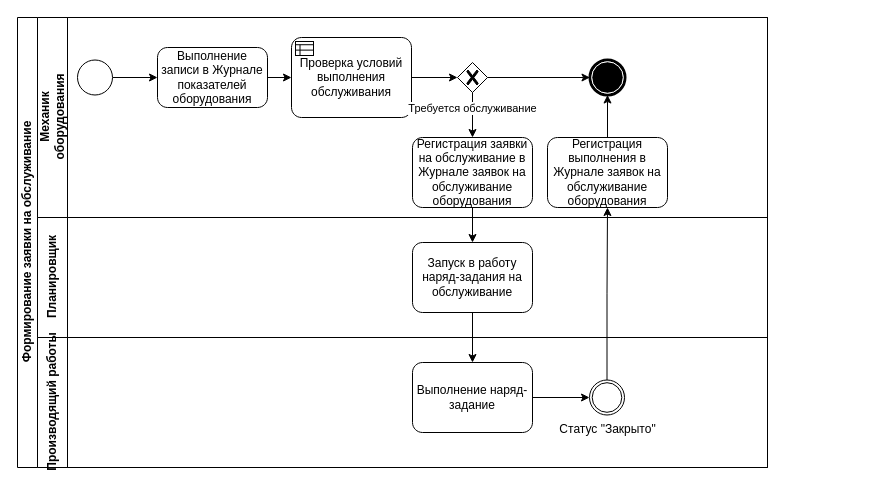
Above: maint/БП.Формирование заявки на обслуживание.drawio in tvolodi-ab/ASCOA (draw.io), before the change. Source tidied: cells renumbered, new cells numbered last; positions are measured from the earlier drawing's top-left corner, leaving out a move shared by most shapes. Both pictures are drawn from the tidied source at 100%, with x=0, y=0 at pixel (17, 17).
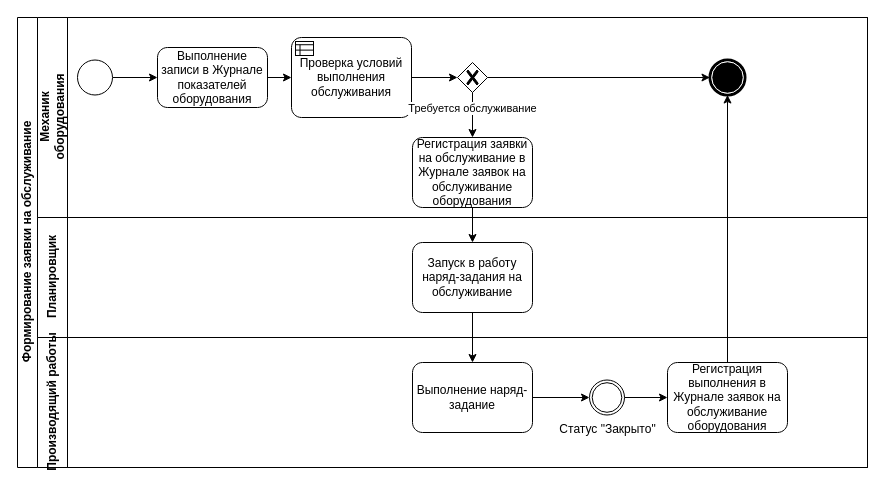
The same page after the edit.

The change refers to these unchanged cells:
```xml
<mxCell id="24" value="Статус &quot;Закрыто&quot;" style="points=[[0.145,0.145,0],[0.5,0,0],[0.855,0.145,0],[1,0.5,0],[0.855,0.855,0],[0.5,1,0],[0.145,0.855,0],[0,0.5,0]];shape=mxgraph.bpmn.event;html=1;verticalLabelPosition=bottom;labelBackgroundColor=#ffffff;verticalAlign=top;align=center;perimeter=ellipsePerimeter;outlineConnect=0;outline=throwing;symbol=general;" parent="21" vertex="1">
  <mxGeometry x="552" y="42.5" width="35" height="35" as="geometry" />
</mxCell>
```

The edit, as a diff of the source:
```diff
@@
     <mxCell id="2" value="Формирование заявки на обслуживание" style="swimlane;html=1;horizontal=0;startSize=20;" parent="1" vertex="1">
-      <mxGeometry width="750" height="450" as="geometry" />
+      <mxGeometry width="850" height="450" as="geometry" />
     </mxCell>
     <mxCell id="3" value="Механик&lt;br&gt;оборудования" style="swimlane;html=1;startSize=30;horizontal=0;" parent="2" vertex="1">
-      <mxGeometry x="20" width="730" height="200" as="geometry" />
+      <mxGeometry x="20" width="830" height="200" as="geometry" />
     </mxCell>
@@
     <mxCell id="12" style="points=[[0.145,0.145,0],[0.5,0,0],[0.855,0.145,0],[1,0.5,0],[0.855,0.855,0],[0.5,1,0],[0.145,0.855,0],[0,0.5,0]];shape=mxgraph.bpmn.event;html=1;verticalLabelPosition=bottom;labelBackgroundColor=#ffffff;verticalAlign=top;align=center;perimeter=ellipsePerimeter;outlineConnect=0;outline=end;symbol=terminate;" parent="3" vertex="1">
-      <mxGeometry x="552.5" y="42.5" width="35" height="35" as="geometry" />
+      <mxGeometry x="672.5" y="42.5" width="35" height="35" as="geometry" />
     </mxCell>
@@
-    <mxCell id="16" style="edgeStyle=orthogonalEdgeStyle;rounded=0;jettySize=auto;html=1;exitX=0.5;exitY=0;exitDx=0;exitDy=0;exitPerimeter=0;entryX=0.5;entryY=1;entryDx=0;entryDy=0;entryPerimeter=0;" parent="3" edge="1" source="17" target="12">
-      <mxGeometry relative="1" as="geometry" />
-    </mxCell>
-    <mxCell id="17" value="Регистрация выполнения в Журнале заявок на обслуживание оборудования" style="points=[[0.25,0,0],[0.5,0,0],[0.75,0,0],[1,0.25,0],[1,0.5,0],[1,0.75,0],[0.75,1,0],[0.5,1,0],[0.25,1,0],[0,0.75,0],[0,0.5,0],[0,0.25,0]];shape=mxgraph.bpmn.task;whiteSpace=wrap;rectStyle=rounded;size=10;taskMarker=abstract;" parent="3" vertex="1">
-      <mxGeometry x="510" y="120" width="120" height="70" as="geometry" />
-    </mxCell>
     <mxCell id="18" value="Планировщик" style="swimlane;html=1;startSize=30;horizontal=0;" parent="2" vertex="1">
-      <mxGeometry x="20" y="200" width="730" height="120" as="geometry" />
+      <mxGeometry x="20" y="200" width="830" height="120" as="geometry" />
     </mxCell>
@@
     <mxCell id="21" value="Производящий работы" style="swimlane;html=1;startSize=30;horizontal=0;" parent="2" vertex="1">
-      <mxGeometry x="20" y="320" width="730" height="130" as="geometry" />
+      <mxGeometry x="20" y="320" width="830" height="130" as="geometry" />
     </mxCell>
@@
+    <mxCell id="17" value="Регистрация выполнения в Журнале заявок на обслуживание оборудования" style="points=[[0.25,0,0],[0.5,0,0],[0.75,0,0],[1,0.25,0],[1,0.5,0],[1,0.75,0],[0.75,1,0],[0.5,1,0],[0.25,1,0],[0,0.75,0],[0,0.5,0],[0,0.25,0]];shape=mxgraph.bpmn.task;whiteSpace=wrap;rectStyle=rounded;size=10;taskMarker=abstract;" parent="21" vertex="1">
+      <mxGeometry x="630" y="25" width="120" height="70" as="geometry" />
+    </mxCell>
+    <mxCell id="26" style="edgeStyle=orthogonalEdgeStyle;rounded=0;jettySize=auto;html=1;exitX=1;exitY=0.5;exitDx=0;exitDy=0;exitPerimeter=0;entryX=0;entryY=0.5;entryDx=0;entryDy=0;entryPerimeter=0;" parent="21" edge="1" source="24" target="17">
+      <mxGeometry relative="1" as="geometry" />
+    </mxCell>
@@
-    <mxCell id="26" style="edgeStyle=orthogonalEdgeStyle;rounded=0;jettySize=auto;html=1;exitX=0.5;exitY=0;exitDx=0;exitDy=0;exitPerimeter=0;entryX=0.5;entryY=1;entryDx=0;entryDy=0;entryPerimeter=0;" parent="2" edge="1" source="24" target="17">
-      <mxGeometry relative="1" as="geometry" />
-    </mxCell>
+    <mxCell id="16" style="edgeStyle=orthogonalEdgeStyle;rounded=0;jettySize=auto;html=1;exitX=0.5;exitY=0;exitDx=0;exitDy=0;exitPerimeter=0;entryX=0.5;entryY=1;entryDx=0;entryDy=0;entryPerimeter=0;" parent="2" edge="1" source="17" target="12">
+      <mxGeometry relative="1" as="geometry" />
+    </mxCell>
```
